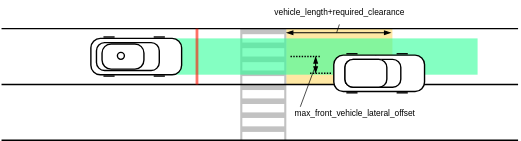
autowarefoundation/autoware_universe keeps this draw.io diagram as planning/behavior_velocity_planner/autoware_behavior_velocity_crosswalk_module/docs/obstruction_prevention.svg. Above is the earlier version. Source tidied: cells renumbered, new cells last; positions are measured from the earlier drawing's top-left corner, leaving out a move shared by most shapes.
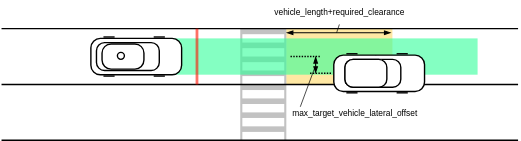
Above is the later version.

The edit, as a diff of the source:
```diff
@@ -175,7 +175,7 @@
         <mxPoint x="228" y="40" as="targetPoint" />
       </mxGeometry>
     </mxCell>
-    <mxCell id="42" value="max_front_vehicle_lateral_offset" style="text;html=1;strokeColor=none;fillColor=none;align=center;verticalAlign=middle;whiteSpace=wrap;rounded=0;fontSize=6;" parent="1" vertex="1">
+    <mxCell id="42" value="max_target_vehicle_lateral_offset" style="text;html=1;strokeColor=none;fillColor=none;align=center;verticalAlign=middle;whiteSpace=wrap;rounded=0;fontSize=6;" parent="1" vertex="1">
       <mxGeometry x="204" y="66" width="99" height="30" as="geometry" />
     </mxCell>
     <mxCell id="43" style="endArrow=none;html=1;rounded=0;strokeColor=#000000;strokeWidth=0.5;fontSize=4;" parent="1" edge="1">
```
